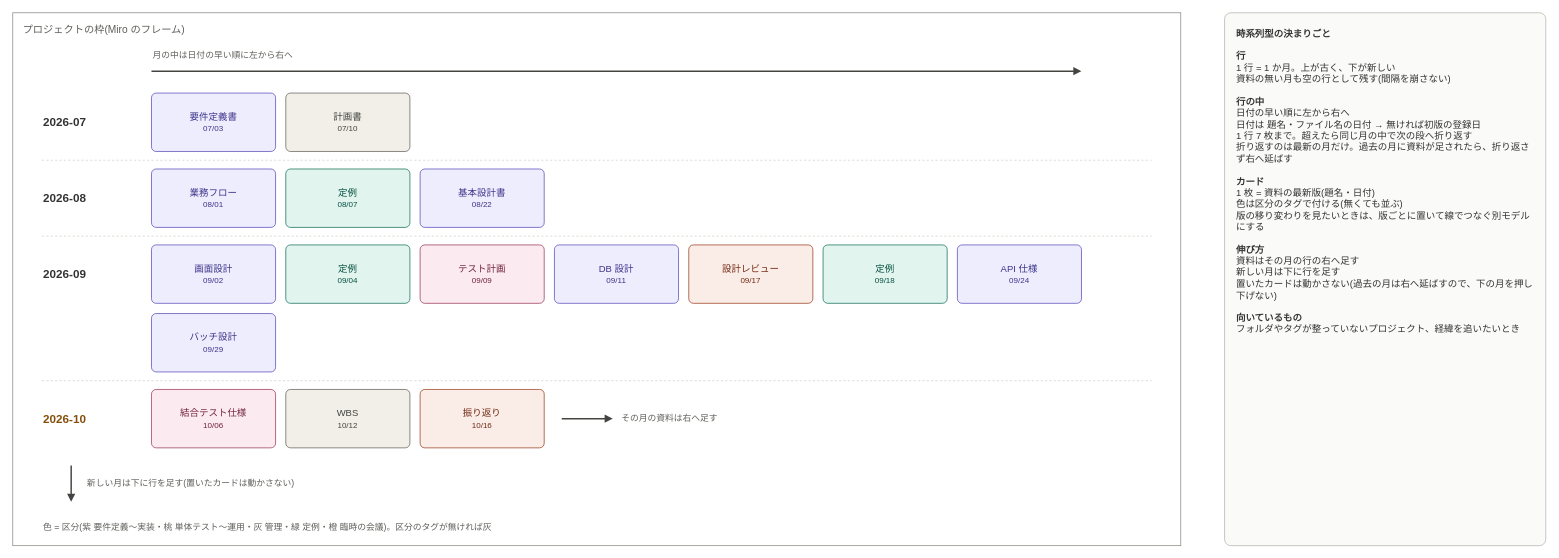
EARCE9000/document-manager keeps this draw.io diagram as page "採用: 時系列型" (2 of 12) of docs/miro-layouts/miro-layouts.drawio. Above is the earlier version. Source tidied: cells renumbered, new cells numbered last; positions are measured from the earlier drawing's top-left corner, leaving out a move shared by most shapes. Both pictures are drawn from the tidied source at 73%, with x=0, y=0 at pixel (12, 12).
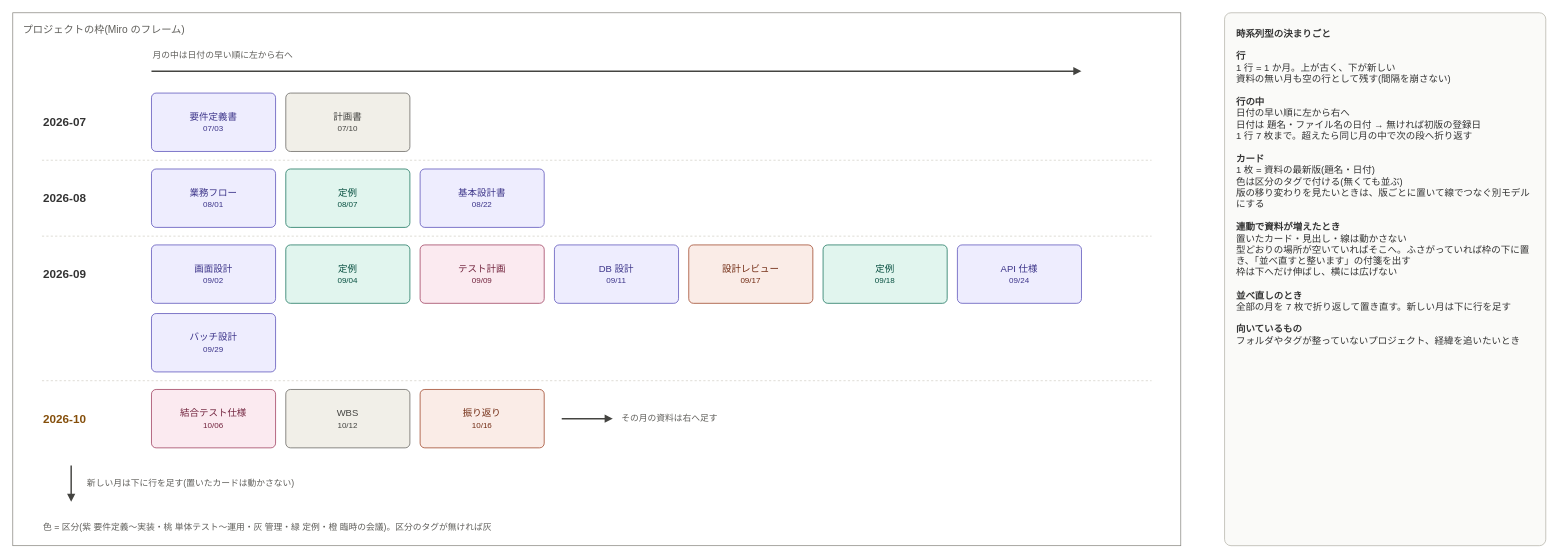
Above is the later version.

Change to the diagram source:
```diff
@@
-    <mxCell id="33" value="&lt;b&gt;時系列型の決まりごと&lt;/b&gt;&lt;br&gt;&lt;br&gt;&lt;b&gt;行&lt;/b&gt;&lt;br&gt;1 行 = 1 か月。上が古く、下が新しい&lt;br&gt;資料の無い月も空の行として残す(間隔を崩さない)&lt;br&gt;&lt;br&gt;&lt;b&gt;行の中&lt;/b&gt;&lt;br&gt;日付の早い順に左から右へ&lt;br&gt;日付は 題名・ファイル名の日付 → 無ければ初版の登録日&lt;br&gt;1 行 7 枚まで。超えたら同じ月の中で次の段へ折り返す&lt;br&gt;折り返すのは最新の月だけ。過去の月に資料が足されたら、折り返さず右へ延ばす&lt;br&gt;&lt;br&gt;&lt;b&gt;カード&lt;/b&gt;&lt;br&gt;1 枚 = 資料の最新版(題名・日付)&lt;br&gt;色は区分のタグで付ける(無くても並ぶ)&lt;br&gt;版の移り変わりを見たいときは、版ごとに置いて線でつなぐ別モデルにする&lt;br&gt;&lt;br&gt;&lt;b&gt;伸び方&lt;/b&gt;&lt;br&gt;資料はその月の行の右へ足す&lt;br&gt;新しい月は下に行を足す&lt;br&gt;置いたカードは動かさない(過去の月は右へ延ばすので、下の月を押し下げない)&lt;br&gt;&lt;br&gt;&lt;b&gt;向いているもの&lt;/b&gt;&lt;br&gt;フォルダやタグが整っていないプロジェクト、経緯を追いたいとき" style="rounded=1;arcSize=2;whiteSpace=wrap;html=1;align=left;verticalAlign=top;spacing=16;fillColor=#FAFAF8;strokeColor=#B4B2A9;fontSize=13;fontColor=#333333;" parent="1" vertex="1">
+    <mxCell id="33" value="&lt;b&gt;時系列型の決まりごと&lt;/b&gt;&lt;br&gt;&lt;br&gt;&lt;b&gt;行&lt;/b&gt;&lt;br&gt;1 行 = 1 か月。上が古く、下が新しい&lt;br&gt;資料の無い月も空の行として残す(間隔を崩さない)&lt;br&gt;&lt;br&gt;&lt;b&gt;行の中&lt;/b&gt;&lt;br&gt;日付の早い順に左から右へ&lt;br&gt;日付は 題名・ファイル名の日付 → 無ければ初版の登録日&lt;br&gt;1 行 7 枚まで。超えたら同じ月の中で次の段へ折り返す&lt;br&gt;&lt;br&gt;&lt;b&gt;カード&lt;/b&gt;&lt;br&gt;1 枚 = 資料の最新版(題名・日付)&lt;br&gt;色は区分のタグで付ける(無くても並ぶ)&lt;br&gt;版の移り変わりを見たいときは、版ごとに置いて線でつなぐ別モデルにする&lt;br&gt;&lt;br&gt;&lt;b&gt;連動で資料が増えたとき&lt;/b&gt;&lt;br&gt;置いたカード・見出し・線は動かさない&lt;br&gt;型どおりの場所が空いていればそこへ。ふさがっていれば枠の下に置き、「並べ直すと整います」の付箋を出す&lt;br&gt;枠は下へだけ伸ばし、横には広げない&lt;br&gt;&lt;br&gt;&lt;b&gt;並べ直しのとき&lt;/b&gt;&lt;br&gt;全部の月を 7 枚で折り返して置き直す。新しい月は下に行を足す&lt;br&gt;&lt;br&gt;&lt;b&gt;向いているもの&lt;/b&gt;&lt;br&gt;フォルダやタグが整っていないプロジェクト、経緯を追いたいとき" style="rounded=1;arcSize=2;whiteSpace=wrap;html=1;align=left;verticalAlign=top;spacing=16;fillColor=#FAFAF8;strokeColor=#B4B2A9;fontSize=13;fontColor=#333333;" parent="1" vertex="1">
       <mxGeometry x="1660" width="440" height="730" as="geometry" />
     </mxCell>
```
